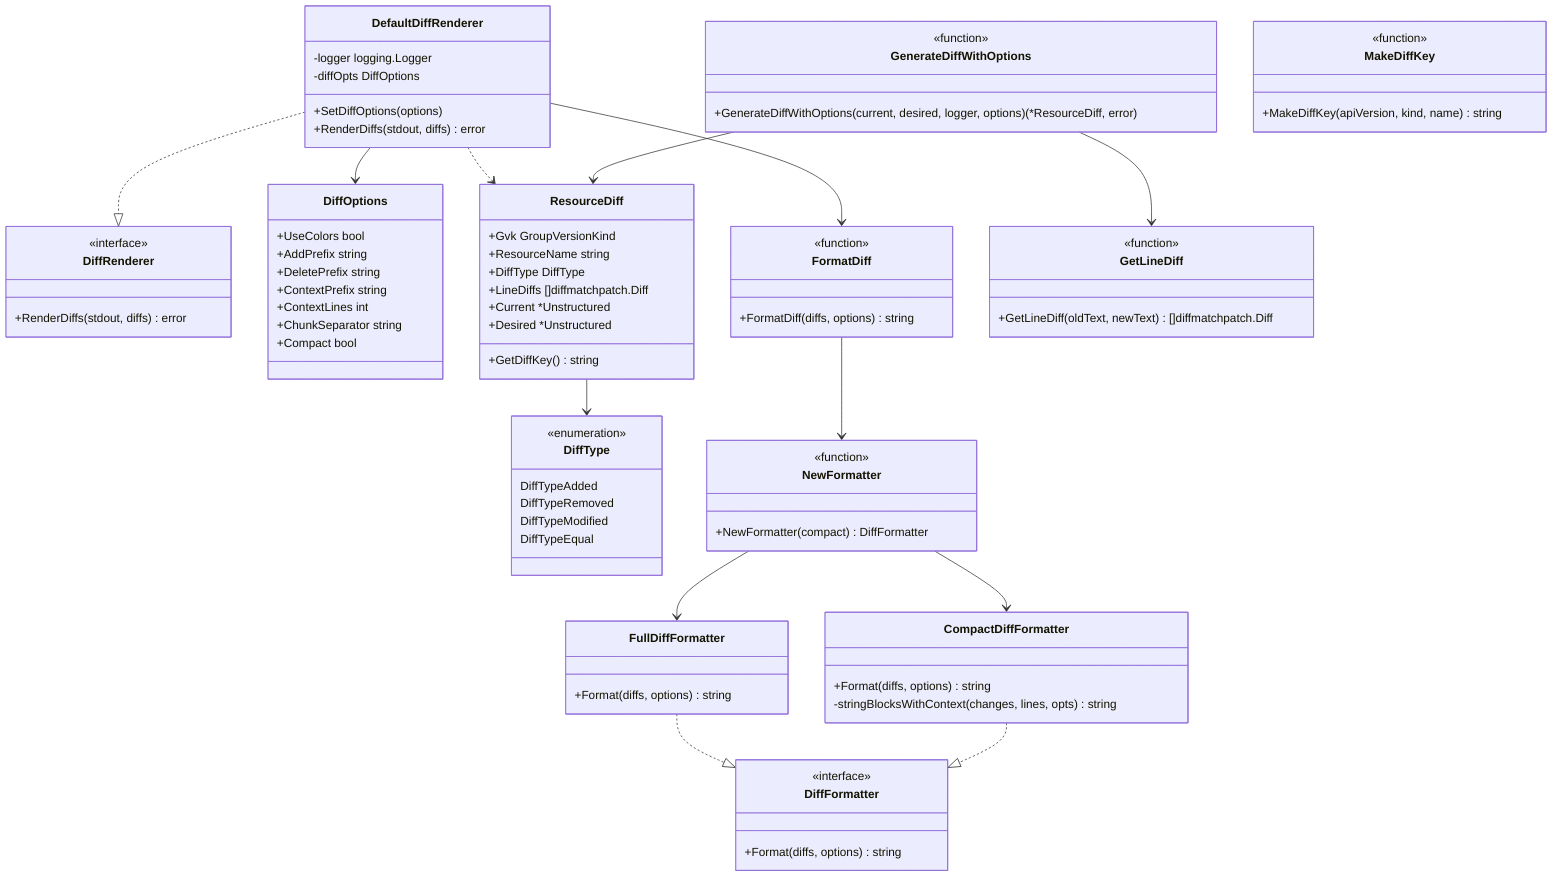
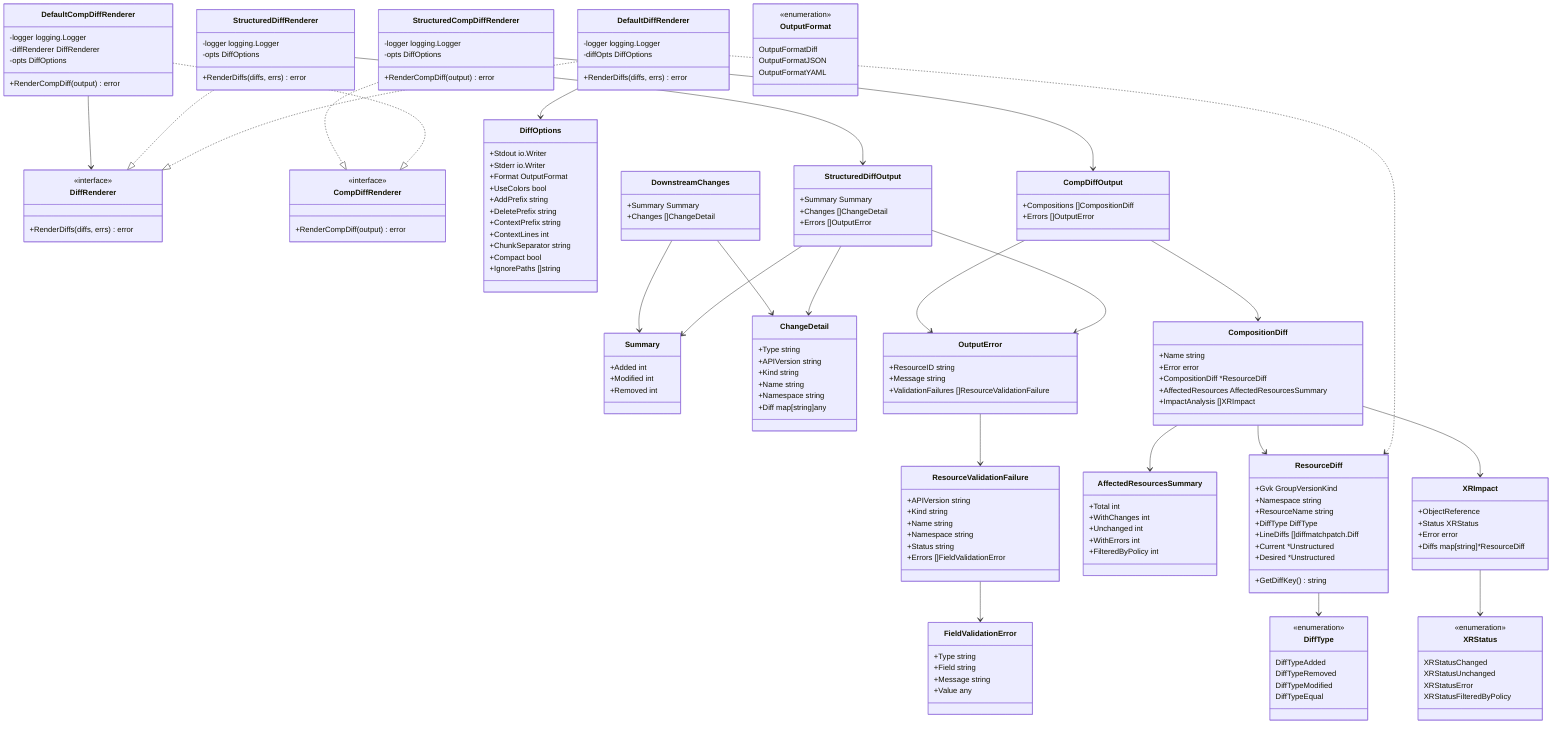
classDiagram
    class DiffRenderer {
        <<interface>>
-         +RenderDiffs(stdout, diffs) error
+         +RenderDiffs(diffs, errs) error
+     }
+ 
+     class CompDiffRenderer {
+         <<interface>>
+         +RenderCompDiff(output) error
    }

    class DefaultDiffRenderer {
        -logger logging.Logger
        -diffOpts DiffOptions
-         +SetDiffOptions(options)
-         +RenderDiffs(stdout, diffs) error
+         +RenderDiffs(diffs, errs) error
+     }
+ 
+     class StructuredDiffRenderer {
+         -logger logging.Logger
+         -opts DiffOptions
+         +RenderDiffs(diffs, errs) error
+     }
+ 
+     class DefaultCompDiffRenderer {
+         -logger logging.Logger
+         -diffRenderer DiffRenderer
+         -opts DiffOptions
+         +RenderCompDiff(output) error
+     }
+ 
+     class StructuredCompDiffRenderer {
+         -logger logging.Logger
+         -opts DiffOptions
+         +RenderCompDiff(output) error
+     }
+ 
+     class OutputFormat {
+         <<enumeration>>
+         OutputFormatDiff
+         OutputFormatJSON
+         OutputFormatYAML
    }

    class DiffOptions {
+         +Stdout io.Writer
+         +Stderr io.Writer
+         +Format OutputFormat
        +UseColors bool
        +AddPrefix string
        +DeletePrefix string
        +ContextPrefix string
        +ContextLines int
        +ChunkSeparator string
        +Compact bool
+         +IgnorePaths []string
    }

-     class DiffFormatter {
-         <<interface>>
-         +Format(diffs, options) string
+     class StructuredDiffOutput {
+         +Summary Summary
+         +Changes []ChangeDetail
+         +Errors []OutputError
    }

-     class FullDiffFormatter {
-         +Format(diffs, options) string
+     class Summary {
+         +Added int
+         +Modified int
+         +Removed int
    }

-     class CompactDiffFormatter {
-         +Format(diffs, options) string
-         -stringBlocksWithContext(changes, lines, opts) string
+     class ChangeDetail {
+         +Type string
+         +APIVersion string
+         +Kind string
+         +Name string
+         +Namespace string
+         +Diff map[string]any
+     }
+ 
+     class CompDiffOutput {
+         +Compositions []CompositionDiff
+         +Errors []OutputError
+     }
+ 
+     class CompositionDiff {
+         +Name string
+         +Error error
+         +CompositionDiff *ResourceDiff
+         +AffectedResources AffectedResourcesSummary
+         +ImpactAnalysis []XRImpact
+     }
+ 
+     class XRImpact {
+         +ObjectReference
+         +Status XRStatus
+         +Error error
+         +Diffs map[string]*ResourceDiff
+     }
+ 
+     class XRStatus {
+         <<enumeration>>
+         XRStatusChanged
+         XRStatusUnchanged
+         XRStatusError
+         XRStatusFilteredByPolicy
+     }
+ 
+     class AffectedResourcesSummary {
+         +Total int
+         +WithChanges int
+         +Unchanged int
+         +WithErrors int
+         +FilteredByPolicy int
+     }
+ 
+     class DownstreamChanges {
+         +Summary Summary
+         +Changes []ChangeDetail
+     }
+ 
+     class OutputError {
+         +ResourceID string
+         +Message string
+         +ValidationFailures []ResourceValidationFailure
+     }
+ 
+     class ResourceValidationFailure {
+         +APIVersion string
+         +Kind string
+         +Name string
+         +Namespace string
+         +Status string
+         +Errors []FieldValidationError
+     }
+ 
+     class FieldValidationError {
+         +Type string
+         +Field string
+         +Message string
+         +Value any
    }

    class ResourceDiff {
        +Gvk GroupVersionKind
+         +Namespace string
        +ResourceName string
        +DiffType DiffType
        +LineDiffs []diffmatchpatch.Diff
        +Current *Unstructured
        +Desired *Unstructured
        +GetDiffKey() string
    }

    class DiffType {
        <<enumeration>>
        DiffTypeAdded
        DiffTypeRemoved
        DiffTypeModified
        DiffTypeEqual
    }

    DefaultDiffRenderer ..|> DiffRenderer
+     StructuredDiffRenderer ..|> DiffRenderer
+     DefaultCompDiffRenderer ..|> CompDiffRenderer
+     StructuredCompDiffRenderer ..|> CompDiffRenderer
+ 
    DefaultDiffRenderer --> DiffOptions
    DefaultDiffRenderer ..> ResourceDiff
+     StructuredDiffRenderer --> StructuredDiffOutput
+     StructuredCompDiffRenderer --> CompDiffOutput
+     DefaultCompDiffRenderer --> DiffRenderer

-     FullDiffFormatter ..|> DiffFormatter
-     CompactDiffFormatter ..|> DiffFormatter
+     StructuredDiffOutput --> Summary
+     StructuredDiffOutput --> ChangeDetail
+     StructuredDiffOutput --> OutputError
+     CompDiffOutput --> CompositionDiff
+     CompDiffOutput --> OutputError
+     CompositionDiff --> AffectedResourcesSummary
+     CompositionDiff --> XRImpact
+     CompositionDiff --> ResourceDiff
+     OutputError --> ResourceValidationFailure
+     ResourceValidationFailure --> FieldValidationError
+     XRImpact --> XRStatus
+     DownstreamChanges --> Summary
+     DownstreamChanges --> ChangeDetail

    ResourceDiff --> DiffType
- 
-     %% Functions
-     class GenerateDiffWithOptions {
-         <<function>>
-         +GenerateDiffWithOptions(current, desired, logger, options) (*ResourceDiff, error)
-     }
- 
-     class FormatDiff {
-         <<function>>
-         +FormatDiff(diffs, options) string
-     }
- 
-     class GetLineDiff {
-         <<function>>
-         +GetLineDiff(oldText, newText) []diffmatchpatch.Diff
-     }
- 
-     class NewFormatter {
-         <<function>>
-         +NewFormatter(compact) DiffFormatter
-     }
- 
-     class MakeDiffKey {
-         <<function>>
-         +MakeDiffKey(apiVersion, kind, name) string
-     }
- 
-     FormatDiff --> NewFormatter
-     NewFormatter --> FullDiffFormatter
-     NewFormatter --> CompactDiffFormatter
- 
-     GenerateDiffWithOptions --> GetLineDiff
-     GenerateDiffWithOptions --> ResourceDiff
- 
-     DefaultDiffRenderer --> FormatDiff
